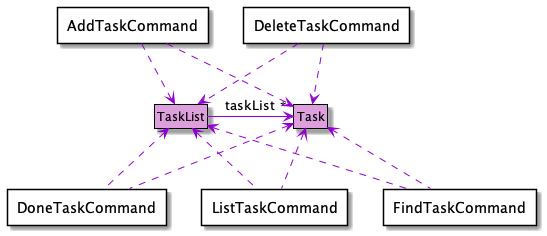
This is docs/images/TaskComponentDiagram.png from nus-cs2113-AY2122S1/tp, a PlantUML export, as it was before one commit. Source of this version:
```plantuml
@startuml
!include Style.puml
hide circle
skinparam classAttributeIconSize 0

class Task MODEL_COLOR
class TaskList MODEL_COLOR

TaskList -[MODEL_COLOR_T1]> "*" Task : taskList

package "AddTaskCommand" <<Rectangle>> {
}

package "DeleteTaskCommand" <<Rectangle>> {
}

package "DoneTaskCommand" <<Rectangle>> {
}

package "FindTaskCommand" <<Rectangle>> {
}

package "ListTaskCommand" <<Rectangle>> {
}

AddTaskCommand .down[MODEL_COLOR_T1].> Task
AddTaskCommand .down[MODEL_COLOR_T1].> TaskList
DeleteTaskCommand .down[MODEL_COLOR_T1].>Task
DeleteTaskCommand .down[MODEL_COLOR_T1].> TaskList
DoneTaskCommand .up[MODEL_COLOR_T1].> Task
DoneTaskCommand .up[MODEL_COLOR_T1].> TaskList
FindTaskCommand .up[MODEL_COLOR_T1].> Task
FindTaskCommand .up[MODEL_COLOR_T1].> TaskList
ListTaskCommand .up[MODEL_COLOR_T1].> Task
ListTaskCommand .up[MODEL_COLOR_T1].> TaskList
@enduml
```
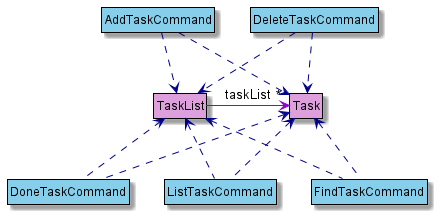
The same diagram one commit later.

Diff of the diagram source:
```diff
@@ -8,29 +8,20 @@
 
 TaskList -[MODEL_COLOR_T1]> "*" Task : taskList
 
-package "AddTaskCommand" <<Rectangle>> {
-}
+class AddTaskCommand LOGIC_COLOR
+class DeleteTaskCommand LOGIC_COLOR
+class DoneTaskCommand LOGIC_COLOR
+class FindTaskCommand LOGIC_COLOR
+class ListTaskCommand LOGIC_COLOR
 
-package "DeleteTaskCommand" <<Rectangle>> {
-}
-
-package "DoneTaskCommand" <<Rectangle>> {
-}
-
-package "FindTaskCommand" <<Rectangle>> {
-}
-
-package "ListTaskCommand" <<Rectangle>> {
-}
-
-AddTaskCommand .down[MODEL_COLOR_T1].> Task
-AddTaskCommand .down[MODEL_COLOR_T1].> TaskList
-DeleteTaskCommand .down[MODEL_COLOR_T1].>Task
-DeleteTaskCommand .down[MODEL_COLOR_T1].> TaskList
-DoneTaskCommand .up[MODEL_COLOR_T1].> Task
-DoneTaskCommand .up[MODEL_COLOR_T1].> TaskList
-FindTaskCommand .up[MODEL_COLOR_T1].> Task
-FindTaskCommand .up[MODEL_COLOR_T1].> TaskList
-ListTaskCommand .up[MODEL_COLOR_T1].> Task
-ListTaskCommand .up[MODEL_COLOR_T1].> TaskList
+AddTaskCommand .down[LOGIC_COLOR_T1].> Task
+AddTaskCommand .down[LOGIC_COLOR_T1].> TaskList
+DeleteTaskCommand .down[LOGIC_COLOR_T1].>Task
+DeleteTaskCommand .down[LOGIC_COLOR_T1].> TaskList
+DoneTaskCommand .up[LOGIC_COLOR_T1].> Task
+DoneTaskCommand .up[LOGIC_COLOR_T1].> TaskList
+FindTaskCommand .up[LOGIC_COLOR_T1].> Task
+FindTaskCommand .up[LOGIC_COLOR_T1].> TaskList
+ListTaskCommand .up[LOGIC_COLOR_T1].> Task
+ListTaskCommand .up[LOGIC_COLOR_T1].> TaskList
 @enduml
```
